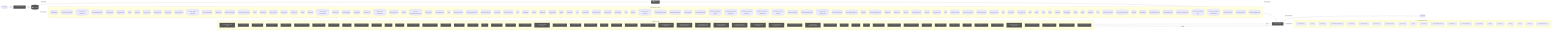
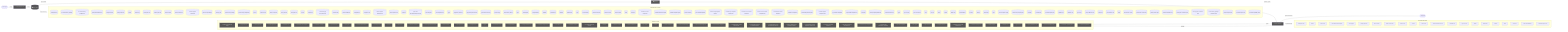
flowchart LR
  UserQ(["👤 User Query"])
  Embed["📐 Embedding Model"]
  VecDB[("📚 Vector Store")]
  Retriever["🔍 Retriever"]
  LLMNode["🧠 LLM / Generator"]
  Output(["✅ Response"])
  UserQ -->|query| Embed
  Embed -->|vector| VecDB
  VecDB -->|top-k chunks| Retriever
  Retriever -->|context + query| LLMNode
  LLMNode -->|generated answer| Output
  subgraph DetectedMemory["Detected memory stores"]
    det_detectedmemory_cli_dispatch_test_54c9f17b[("cli-dispatch.test")]
    det_detectedmemory_run_local_memory_preflight_36e92808[("run-local-memory-preflight")]
    det_detectedmemory_run_local_memory_preflight_test_1d7c5aa0[("run-local-memory-preflight.test")]
    det_detectedmemory_pr_template_validator_test_569b1cef[("pr-template-validator.test")]
    det_detectedmemory_tooling_audit_test_d2aee28c[("tooling-audit.test")]
    det_detectedmemory_tooling_audit_core_328d6a41[("tooling-audit-core")]
    det_detectedmemory_search_24193290[("search")]
    det_detectedmemory_search_test_0c66bc11[("search.test")]
    det_detectedmemory_review_gate_test_000e2ed6[("review-gate.test")]
    det_detectedmemory_review_gate_core_4c8001f9[("review-gate-core")]
    det_detectedmemory_review_context_ca6cf81d[("review-context")]
    det_detectedmemory_review_context_test_89806d6c[("review-context.test")]
    det_detectedmemory_refresh_diagram_context_test_03bf21c4[("refresh-diagram-context.test")]
    det_detectedmemory_pattern_scope_siblings_43abe000[("pattern-scope-siblings")]
    det_detectedmemory_memory_gate_a577a506[("memory-gate")]
    det_detectedmemory_local_memory_preflight_dcc36c42[("local-memory-preflight")]
    det_detectedmemory_local_memory_preflight_test_5e323bbf[("local-memory-preflight.test")]
    det_detectedmemory_init_test_cbba76a6[("init.test")]
    det_detectedmemory_index_context_de3ed39d[("index-context")]
    det_detectedmemory_index_context_test_1949ea6f[("index-context.test")]
    det_detectedmemory_docs_gate_test_a25e972f[("docs-gate.test")]
    det_detectedmemory_docs_gate_core_eb9b6c18[("docs-gate-core")]
    det_detectedmemory_context_ea7792a2[("context")]
    det_detectedmemory_context_test_57aad306[("context.test")]
    det_detectedmemory_context_integrity_acceptance_test_59f961b1[("context-integrity-acceptance.test")]
    det_detectedmemory_context_health_80bb7da9[("context-health")]
    det_detectedmemory_context_health_test_3b5b87f3[("context-health.test")]
    det_detectedmemory_ci_migrate_test_2a015bb9[("ci-migrate.test")]
    det_detectedmemory_ci_migrate_core_7005b5af[("ci-migrate-core")]
    det_detectedmemory_check_diagram_freshness_test_c1dc40aa[("check-diagram-freshness.test")]
    det_detectedmemory_branch_protect_core_a8feb0fd[("branch-protect-core")]
    det_detectedmemory_brain_test_428d4d67[("brain.test")]
    det_detectedmemory_agent_first_throughput_integration_test_dc677cc4[("agent-first-throughput.integration.test")]
    det_detectedmemory_overload_guard_2748c559[("overload-guard")]
    det_detectedmemory_overload_guard_test_6ece9f86[("overload-guard.test")]
-     det_detectedmemory_types_2_d9bc6e7a[("types")]
+     det_detectedmemory_types_4_822d0f88[("types")]
    det_detectedmemory_suggestion_generator_0956f794[("suggestion-generator")]
    det_detectedmemory_suggestion_generator_test_f68e9892[("suggestion-generator.test")]
    det_detectedmemory_performance_overload_c685bfcf[("performance-overload")]
    det_detectedmemory_local_memory_0db17ecc[("local-memory")]
    det_detectedmemory_local_memory_smoke_1175abfc[("local-memory-smoke")]
-     det_detectedmemory_types_7_2f1ed65e[("types")]
+     det_detectedmemory_types_8_f6283648[("types")]
    det_detectedmemory_claim_helpers_20dc8387[("claim-helpers")]
+     det_detectedmemory_tooling_baseline_50ab2eeb[("tooling-baseline")]
    det_detectedmemory_classifier_fe1991a9[("classifier")]
    det_detectedmemory_classifier_test_3859cceb[("classifier.test")]
-     det_detectedmemory_tooling_baseline_50ab2eeb[("tooling-baseline")]
    det_detectedmemory_validator_1_0c0621d8[("validator")]
    det_detectedmemory_validator_test_1_c5015ca0[("validator.test")]
    det_detectedmemory_types_12_2b09659a[("types")]
    det_detectedmemory_metrics_tracker_98cec29c[("metrics-tracker")]
    det_detectedmemory_metrics_tracker_test_3de156fa[("metrics-tracker.test")]
    det_detectedmemory_branch_enforcer_acb749cd[("branch-enforcer")]
    det_detectedmemory_review_context_1_e3afed15[("review-context")]
    det_detectedmemory_index_2_10143590[("index")]
    det_detectedmemory_eval_seed_5699fd3e[("eval-seed")]
    det_detectedmemory_workflow_contract_scripts_test_681e2e3c[("workflow-contract-scripts.test")]
    det_detectedmemory_scaffold_workflow_template_92310587[("scaffold-workflow-template")]
    det_detectedmemory_scaffold_template_registry_b1cce2aa[("scaffold-template-registry")]
    det_detectedmemory_scaffold_surfaces_12d6494e[("scaffold-surfaces")]
    det_detectedmemory_scaffold_shell_templates_0ad0f915[("scaffold-shell-templates")]
    det_detectedmemory_scaffold_script_template_registry_69312d4e[("scaffold-script-template-registry")]
    det_detectedmemory_scaffold_script_template_registry_test_6a8ebefe[("scaffold-script-template-registry.test")]
    det_detectedmemory_scaffold_root_command_templates_404fed7f[("scaffold-root-command-templates")]
    det_detectedmemory_scaffold_root_command_templates_test_14596939[("scaffold-root-command-templates.test")]
    det_detectedmemory_scaffold_environment_templates_c1ceba6a[("scaffold-environment-templates")]
    det_detectedmemory_scaffold_doc_templates_f6152330[("scaffold-doc-templates")]
    det_detectedmemory_scaffold_diagram_templates_dd88e83c[("scaffold-diagram-templates")]
    det_detectedmemory_scaffold_diagram_templates_test_f3774c28[("scaffold-diagram-templates.test")]
    det_detectedmemory_project_brain_templates_7ef51530[("project-brain-templates")]
    det_detectedmemory_project_brain_templates_test_0b6509f2[("project-brain-templates.test")]
    det_detectedmemory_init_modes_c05ceb07[("init-modes")]
    det_detectedmemory_codex_preflight_symlink_test_037558db[("codex-preflight-symlink.test")]
-     det_detectedmemory_validator_test_5_2bb3219d[("validator.test")]
-     det_detectedmemory_validator_core_1_1518647e[("validator-core")]
-     det_detectedmemory_types_core_1_8bd0f8fd[("types-core")]
-     det_detectedmemory_policy_validators_core_714a3fe7[("policy-validators-core")]
-     det_detectedmemory_loader_test_03424671[("loader.test")]
-     det_detectedmemory_json_schema_core_96d7e328[("json-schema-core")]
-     det_detectedmemory_index_5_522f772a[("index")]
-     det_detectedmemory_harness_run_context_ac7c77a9[("harness-run-context")]
-     det_detectedmemory_harness_run_context_test_c6937fed[("harness-run-context.test")]
    det_detectedmemory_harness_decision_test_7e5a4fe5[("harness-decision.test")]
-     det_detectedmemory_branch_protect_sync_570adb18[("branch-protect-sync")]
-     det_detectedmemory_types_20_071a0112[("types")]
+     det_detectedmemory_types_18_37582e2a[("types")]
    det_detectedmemory_sync_contract_c79fa191[("sync-contract")]
    det_detectedmemory_sync_contract_test_5dc3165c[("sync-contract.test")]
    det_detectedmemory_store_824d80d7[("store")]
    det_detectedmemory_sources_1_e133d97d[("sources")]
    det_detectedmemory_rollout_a4fa034c[("rollout")]
    det_detectedmemory_ollama_76e3c7bf[("ollama")]
    det_detectedmemory_ollama_test_71f9750e[("ollama.test")]
    det_detectedmemory_lexical_fallback_723e2b3e[("lexical-fallback")]
    det_detectedmemory_init_error_5c7dd49f[("init-error")]
    det_detectedmemory_indexer_70fa78e5[("indexer")]
    det_detectedmemory_indexer_test_d492f0aa[("indexer.test")]
-     det_detectedmemory_index_6_fc9e91e2[("index")]
+     det_detectedmemory_index_5_522f772a[("index")]
    det_detectedmemory_context_compact_policy_3dcaf95d[("context-compact-policy")]
    det_detectedmemory_context_compact_policy_test_da148267[("context-compact-policy.test")]
    det_detectedmemory_constants_7517017f[("constants")]
    det_detectedmemory_constants_test_5492ae98[("constants.test")]
+     det_detectedmemory_command_registry_test_0cf92cba[("command-registry.test")]
+     det_detectedmemory_validator_test_5_2bb3219d[("validator.test")]
+     det_detectedmemory_validator_core_1_1518647e[("validator-core")]
+     det_detectedmemory_types_core_1_8bd0f8fd[("types-core")]
+     det_detectedmemory_policy_validators_core_714a3fe7[("policy-validators-core")]
+     det_detectedmemory_loader_test_03424671[("loader.test")]
+     det_detectedmemory_json_schema_core_96d7e328[("json-schema-core")]
+     det_detectedmemory_index_6_fc9e91e2[("index")]
+     det_detectedmemory_harness_run_context_ac7c77a9[("harness-run-context")]
+     det_detectedmemory_harness_run_context_test_c6937fed[("harness-run-context.test")]
+     det_detectedmemory_branch_protect_sync_570adb18[("branch-protect-sync")]
    det_detectedmemory_module_boundaries_test_c0caf46b[("module-boundaries.test")]
-     det_detectedmemory_command_registry_test_0cf92cba[("command-registry.test")]
    det_detectedmemory_review_gate_command_spec_3187376a[("review-gate-command-spec")]
    det_detectedmemory_memory_gate_command_spec_dc9001a9[("memory-gate-command-spec")]
    det_detectedmemory_local_memory_preflight_command_spec_9e23f3ce[("local-memory-preflight-command-spec")]
    det_detectedmemory_command_specs_test_7f693e85[("command-specs.test")]
    det_detectedmemory_command_specs_core_1c0ffc99[("command-specs-core")]
    det_detectedmemory_command_capability_rules_ca3f496a[("command-capability-rules")]
  end
  VecDB -. "implemented by" .-> DetectedMemory
  subgraph DetectedLLM["Detected LLM clients"]
    det_detectedllm_cli_dispatch_test_54c9f17b["cli-dispatch.test"]
    det_detectedllm_search_24193290["search"]
    det_detectedllm_search_test_0c66bc11["search.test"]
    det_detectedllm_remediate_runner_helpers_929fedcc["remediate-runner-helpers"]
    det_detectedllm_prompt_gate_c5e9d207["prompt-gate"]
    det_detectedllm_prompt_gate_test_1a442b27["prompt-gate.test"]
    det_detectedllm_index_context_de3ed39d["index-context"]
    det_detectedllm_index_context_test_1949ea6f["index-context.test"]
    det_detectedllm_contract_test_2262847f["contract.test"]
    det_detectedllm_context_ea7792a2["context"]
    det_detectedllm_context_test_57aad306["context.test"]
    det_detectedllm_check_environment_core_2c16213f["check-environment-core"]
    det_detectedllm_sensitive_text_7c11f760["sensitive-text"]
-     det_detectedllm_north_star_validators_cfc926ce["north-star-validators"]
    det_detectedllm_sync_contract_c79fa191["sync-contract"]
    det_detectedllm_ollama_76e3c7bf["ollama"]
    det_detectedllm_ollama_test_71f9750e["ollama.test"]
    det_detectedllm_indexer_70fa78e5["indexer"]
-     det_detectedllm_index_6_fc9e91e2["index"]
+     det_detectedllm_index_5_522f772a["index"]
    det_detectedllm_constants_7517017f["constants"]
+     det_detectedllm_north_star_validators_cfc926ce["north-star-validators"]
    det_detectedllm_command_specs_core_1c0ffc99["command-specs-core"]
  end
  LLMNode -. "implemented by" .-> DetectedLLM
  subgraph DetectedTools["Agentic tool calls"]
    det_detectedtools_collect_observed_eval_usage_1724425c["🔧 collect-observed-eval-usage"]
    det_detectedtools_verify_work_test_0e12f6c5["🔧 verify-work.test"]
    det_detectedtools_review_gate_test_000e2ed6["🔧 review-gate.test"]
    det_detectedtools_review_gate_core_4c8001f9["🔧 review-gate-core"]
    det_detectedtools_remediate_test_6f59cafe["🔧 remediate.test"]
    det_detectedtools_remediate_runner_helpers_929fedcc["🔧 remediate-runner-helpers"]
    det_detectedtools_remediate_cli_output_cc165396["🔧 remediate-cli-output"]
    det_detectedtools_pr_closeout_test_1_be1a0df1["🔧 pr-closeout.test"]
    det_detectedtools_policy_gate_213f7313["🔧 policy-gate"]
    det_detectedtools_next_blocked_decisions_4140ad2b["🔧 next-blocked-decisions"]
    det_detectedtools_learnings_test_e45e0253["🔧 learnings.test"]
    det_detectedtools_init_test_cbba76a6["🔧 init.test"]
    det_detectedtools_doctor_test_e032e8b5["🔧 doctor.test"]
    det_detectedtools_doctor_tool_checks_4acac51a["🔧 doctor-tool-checks"]
    det_detectedtools_doctor_github_tool_checks_a53b0382["🔧 doctor-github-tool-checks"]
    det_detectedtools_doctor_checks_5a2eb2b9["🔧 doctor-checks"]
    det_detectedtools_docs_gate_test_a25e972f["🔧 docs-gate.test"]
    det_detectedtools_ci_migrate_core_7005b5af["🔧 ci-migrate-core"]
-     det_detectedtools_types_4_822d0f88["🔧 types"]
+     det_detectedtools_types_1_4ecdf56e["🔧 types"]
    det_detectedtools_orchestrator_test_1_c291cde7["🔧 orchestrator.test"]
+     det_detectedtools_tooling_baseline_50ab2eeb["🔧 tooling-baseline"]
+     det_detectedtools_tooling_baseline_test_d272ddb6["🔧 tooling-baseline.test"]
+     det_detectedtools_evaluation_engine_core_e054fe49["🔧 evaluation-engine-core"]
    det_detectedtools_normalise_test_73e8a615["🔧 normalise.test"]
    det_detectedtools_normalise_renderer_85f2e563["🔧 normalise-renderer"]
    det_detectedtools_normalise_he_phase_exit_test_1788efc4["🔧 normalise-he-phase-exit.test"]
-     det_detectedtools_evaluation_engine_core_e054fe49["🔧 evaluation-engine-core"]
-     det_detectedtools_tooling_baseline_50ab2eeb["🔧 tooling-baseline"]
-     det_detectedtools_tooling_baseline_test_d272ddb6["🔧 tooling-baseline.test"]
    det_detectedtools_validator_1_0c0621d8["🔧 validator"]
    det_detectedtools_metrics_tracker_98cec29c["🔧 metrics-tracker"]
    det_detectedtools_metrics_tracker_test_3de156fa["🔧 metrics-tracker.test"]
+     det_detectedtools_pr_creator_dc6b1ea4["🔧 pr-creator"]
+     det_detectedtools_client_1_914e1681["🔧 client"]
+     det_detectedtools_closure_evidence_aaa31467["🔧 closure-evidence"]
+     det_detectedtools_observed_skill_usage_ed7d5930["🔧 observed-skill-usage"]
+     det_detectedtools_observed_skill_usage_test_311c215a["🔧 observed-skill-usage.test"]
    det_detectedtools_scaffold_shell_quality_test_79567d03["🔧 scaffold-shell-quality.test"]
    det_detectedtools_scaffold_release_private_npm_template_075499f8["🔧 scaffold-release-private-npm-template"]
    det_detectedtools_scaffold_github_actions_pr_pipeline_template_e2b85f62["🔧 scaffold-github-actions-pr-pipeline-template"]
    det_detectedtools_scaffold_github_actions_pr_pipeline_template_test_be464a7b["🔧 scaffold-github-actions-pr-pipeline-template.test"]
    det_detectedtools_scaffold_github_actions_pr_pipeline_renderer_1ee18de5["🔧 scaffold-github-actions-pr-pipeline-renderer"]
    det_detectedtools_scaffold_github_actions_pr_pipeline_renderer_test_2cc38272["🔧 scaffold-github-actions-pr-pipeline-renderer.test"]
    det_detectedtools_scaffold_environment_templates_c1ceba6a["🔧 scaffold-environment-templates"]
    det_detectedtools_scaffold_environment_templates_test_b31b6a0c["🔧 scaffold-environment-templates.test"]
    det_detectedtools_scaffold_config_templates_4b80ce53["🔧 scaffold-config-templates"]
    det_detectedtools_scaffold_codex_environment_templates_334fbbed["🔧 scaffold-codex-environment-templates"]
    det_detectedtools_scaffold_ci_templates_2afd6392["🔧 scaffold-ci-templates"]
    det_detectedtools_init_output_360dce91["🔧 init-output"]
-     det_detectedtools_pr_creator_dc6b1ea4["🔧 pr-creator"]
-     det_detectedtools_client_948fe603["🔧 client"]
-     det_detectedtools_closure_evidence_aaa31467["🔧 closure-evidence"]
-     det_detectedtools_observed_skill_usage_ed7d5930["🔧 observed-skill-usage"]
-     det_detectedtools_observed_skill_usage_test_311c215a["🔧 observed-skill-usage.test"]
    det_detectedtools_ralph_runtime_73d63c0e["🔧 ralph-runtime"]
+     det_detectedtools_he_phase_exit_core_1148895b["🔧 he-phase-exit-core"]
+     det_detectedtools_harness_closeout_gate_contracts_test_db1c74a7["🔧 harness-closeout-gate-contracts.test"]
+     det_detectedtools_command_registry_test_0cf92cba["🔧 command-registry.test"]
    det_detectedtools_validator_helpers_7b927667["🔧 validator-helpers"]
    det_detectedtools_validator_core_1_1518647e["🔧 validator-core"]
    det_detectedtools_types_core_1_8bd0f8fd["🔧 types-core"]
    det_detectedtools_policy_validators_core_714a3fe7["🔧 policy-validators-core"]
-     det_detectedtools_he_phase_exit_core_1148895b["🔧 he-phase-exit-core"]
-     det_detectedtools_harness_closeout_gate_contracts_test_db1c74a7["🔧 harness-closeout-gate-contracts.test"]
    det_detectedtools_module_boundaries_test_c0caf46b["🔧 module-boundaries.test"]
-     det_detectedtools_command_registry_test_0cf92cba["🔧 command-registry.test"]
    det_detectedtools_command_capability_rules_ca3f496a["🔧 command-capability-rules"]
    det_detectedtools_command_capabilities_a4d5c71e["🔧 command-capabilities"]
  end
  LLMNode -->|tool use| DetectedTools
  DetectedTools -->|result| LLMNode
  classDef memNode fill:#555,color:#fff
  class VecDB,Retriever memNode
  classDef llmNode fill:#555,color:#fff
  class LLMNode,Embed llmNode
  classDef toolNode fill:#555,color:#fff
-   class det_detectedtools_collect_observed_eval_usage_1724425c,det_detectedtools_verify_work_test_0e12f6c5,det_detectedtools_review_gate_test_000e2ed6,det_detectedtools_review_gate_core_4c8001f9,det_detectedtools_remediate_test_6f59cafe,det_detectedtools_remediate_runner_helpers_929fedcc,det_detectedtools_remediate_cli_output_cc165396,det_detectedtools_pr_closeout_test_1_be1a0df1,det_detectedtools_policy_gate_213f7313,det_detectedtools_next_blocked_decisions_4140ad2b,det_detectedtools_learnings_test_e45e0253,det_detectedtools_init_test_cbba76a6,det_detectedtools_doctor_test_e032e8b5,det_detectedtools_doctor_tool_checks_4acac51a,det_detectedtools_doctor_github_tool_checks_a53b0382,det_detectedtools_doctor_checks_5a2eb2b9,det_detectedtools_docs_gate_test_a25e972f,det_detectedtools_ci_migrate_core_7005b5af,det_detectedtools_types_4_822d0f88,det_detectedtools_orchestrator_test_1_c291cde7,det_detectedtools_normalise_test_73e8a615,det_detectedtools_normalise_renderer_85f2e563,det_detectedtools_normalise_he_phase_exit_test_1788efc4,det_detectedtools_evaluation_engine_core_e054fe49,det_detectedtools_tooling_baseline_50ab2eeb,det_detectedtools_tooling_baseline_test_d272ddb6,det_detectedtools_validator_1_0c0621d8,det_detectedtools_metrics_tracker_98cec29c,det_detectedtools_metrics_tracker_test_3de156fa,det_detectedtools_scaffold_shell_quality_test_79567d03,det_detectedtools_scaffold_release_private_npm_template_075499f8,det_detectedtools_scaffold_github_actions_pr_pipeline_template_e2b85f62,det_detectedtools_scaffold_github_actions_pr_pipeline_template_test_be464a7b,det_detectedtools_scaffold_github_actions_pr_pipeline_renderer_1ee18de5,det_detectedtools_scaffold_github_actions_pr_pipeline_renderer_test_2cc38272,det_detectedtools_scaffold_environment_templates_c1ceba6a,det_detectedtools_scaffold_environment_templates_test_b31b6a0c,det_detectedtools_scaffold_config_templates_4b80ce53,det_detectedtools_scaffold_codex_environment_templates_334fbbed,det_detectedtools_scaffold_ci_templates_2afd6392,det_detectedtools_init_output_360dce91,det_detectedtools_pr_creator_dc6b1ea4,det_detectedtools_client_948fe603,det_detectedtools_closure_evidence_aaa31467,det_detectedtools_observed_skill_usage_ed7d5930,det_detectedtools_observed_skill_usage_test_311c215a,det_detectedtools_ralph_runtime_73d63c0e,det_detectedtools_validator_helpers_7b927667,det_detectedtools_validator_core_1_1518647e,det_detectedtools_types_core_1_8bd0f8fd,det_detectedtools_policy_validators_core_714a3fe7,det_detectedtools_he_phase_exit_core_1148895b,det_detectedtools_harness_closeout_gate_contracts_test_db1c74a7,det_detectedtools_module_boundaries_test_c0caf46b,det_detectedtools_command_registry_test_0cf92cba,det_detectedtools_command_capability_rules_ca3f496a,det_detectedtools_command_capabilities_a4d5c71e toolNode
+   class det_detectedtools_collect_observed_eval_usage_1724425c,det_detectedtools_verify_work_test_0e12f6c5,det_detectedtools_review_gate_test_000e2ed6,det_detectedtools_review_gate_core_4c8001f9,det_detectedtools_remediate_test_6f59cafe,det_detectedtools_remediate_runner_helpers_929fedcc,det_detectedtools_remediate_cli_output_cc165396,det_detectedtools_pr_closeout_test_1_be1a0df1,det_detectedtools_policy_gate_213f7313,det_detectedtools_next_blocked_decisions_4140ad2b,det_detectedtools_learnings_test_e45e0253,det_detectedtools_init_test_cbba76a6,det_detectedtools_doctor_test_e032e8b5,det_detectedtools_doctor_tool_checks_4acac51a,det_detectedtools_doctor_github_tool_checks_a53b0382,det_detectedtools_doctor_checks_5a2eb2b9,det_detectedtools_docs_gate_test_a25e972f,det_detectedtools_ci_migrate_core_7005b5af,det_detectedtools_types_1_4ecdf56e,det_detectedtools_orchestrator_test_1_c291cde7,det_detectedtools_tooling_baseline_50ab2eeb,det_detectedtools_tooling_baseline_test_d272ddb6,det_detectedtools_evaluation_engine_core_e054fe49,det_detectedtools_normalise_test_73e8a615,det_detectedtools_normalise_renderer_85f2e563,det_detectedtools_normalise_he_phase_exit_test_1788efc4,det_detectedtools_validator_1_0c0621d8,det_detectedtools_metrics_tracker_98cec29c,det_detectedtools_metrics_tracker_test_3de156fa,det_detectedtools_pr_creator_dc6b1ea4,det_detectedtools_client_1_914e1681,det_detectedtools_closure_evidence_aaa31467,det_detectedtools_observed_skill_usage_ed7d5930,det_detectedtools_observed_skill_usage_test_311c215a,det_detectedtools_scaffold_shell_quality_test_79567d03,det_detectedtools_scaffold_release_private_npm_template_075499f8,det_detectedtools_scaffold_github_actions_pr_pipeline_template_e2b85f62,det_detectedtools_scaffold_github_actions_pr_pipeline_template_test_be464a7b,det_detectedtools_scaffold_github_actions_pr_pipeline_renderer_1ee18de5,det_detectedtools_scaffold_github_actions_pr_pipeline_renderer_test_2cc38272,det_detectedtools_scaffold_environment_templates_c1ceba6a,det_detectedtools_scaffold_environment_templates_test_b31b6a0c,det_detectedtools_scaffold_config_templates_4b80ce53,det_detectedtools_scaffold_codex_environment_templates_334fbbed,det_detectedtools_scaffold_ci_templates_2afd6392,det_detectedtools_init_output_360dce91,det_detectedtools_ralph_runtime_73d63c0e,det_detectedtools_he_phase_exit_core_1148895b,det_detectedtools_harness_closeout_gate_contracts_test_db1c74a7,det_detectedtools_command_registry_test_0cf92cba,det_detectedtools_validator_helpers_7b927667,det_detectedtools_validator_core_1_1518647e,det_detectedtools_types_core_1_8bd0f8fd,det_detectedtools_policy_validators_core_714a3fe7,det_detectedtools_module_boundaries_test_c0caf46b,det_detectedtools_command_capability_rules_ca3f496a,det_detectedtools_command_capabilities_a4d5c71e toolNode
